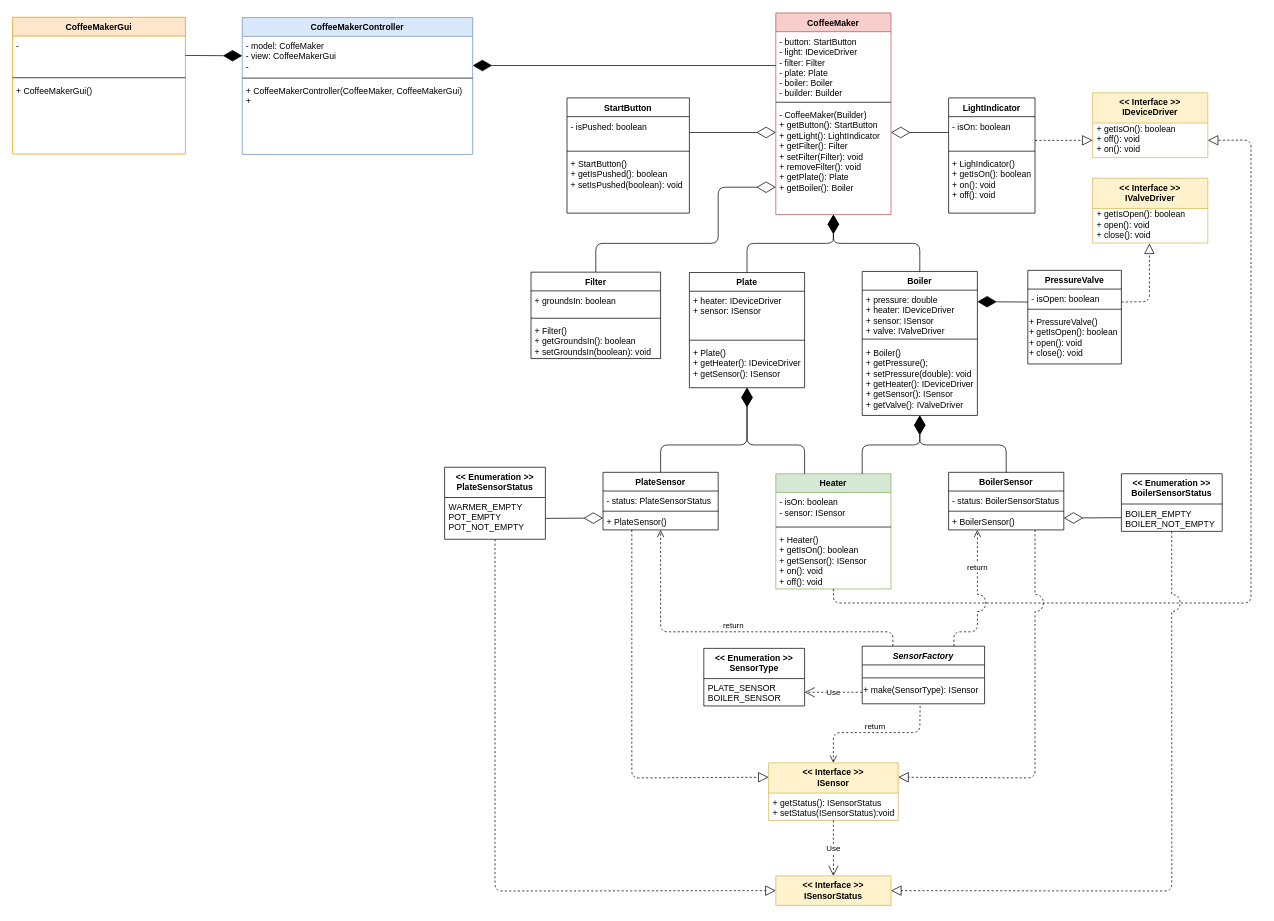
JosueRodriguezGarcia/CoffeeMaker-Group2 keeps this draw.io diagram as resources/CoffeeMakerUML.drawio. Above is the earlier version. Source tidied: cells renumbered, new cells numbered last; positions are measured from the earlier drawing's top-left corner, leaving out a move shared by most shapes. Both pictures are drawn from the tidied source at 72%, with x=0, y=0 at pixel (12, 12).
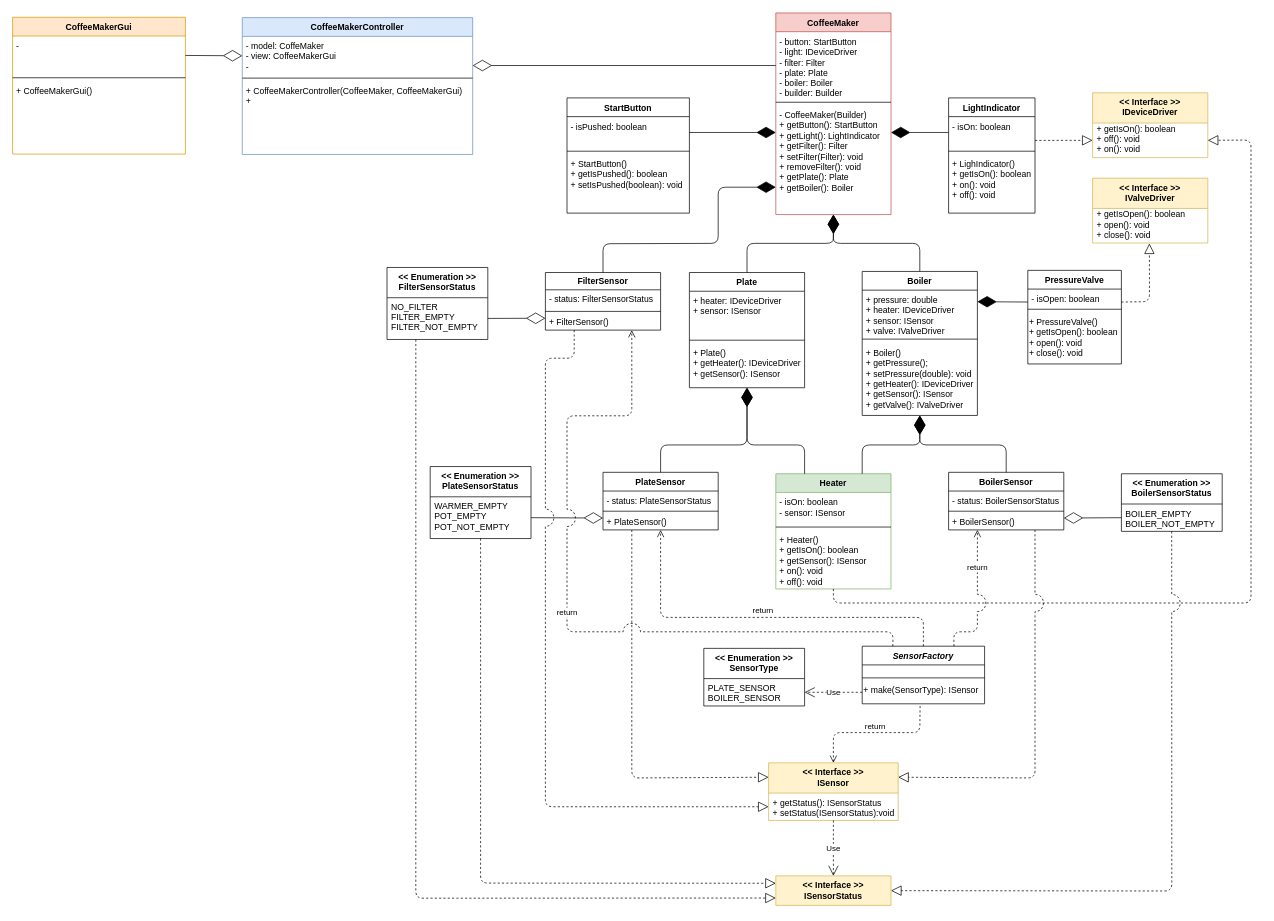
The same page after the edit.

Commit message (it also covers changes not shown here):
UML diagram updated.

The change refers to these unchanged cells:
```xml
<mxCell id="5" value="&amp;nbsp;+ PlateSensor()" style="text;html=1;strokeColor=none;fillColor=none;align=left;verticalAlign=middle;whiteSpace=wrap;rounded=0;" parent="2" vertex="1">
  <mxGeometry y="58" width="160" height="22" as="geometry" />
</mxCell>
<mxCell id="7" value="&lt;div&gt;&lt;span&gt;&amp;nbsp;- isOn: boolean&lt;/span&gt;&lt;br&gt;&lt;/div&gt;" style="text;html=1;strokeColor=none;fillColor=none;align=left;verticalAlign=top;whiteSpace=wrap;rounded=0;" parent="6" vertex="1">
  <mxGeometry y="26" width="120" height="44" as="geometry" />
</mxCell>
<mxCell id="11" value="&lt;div&gt;&lt;span&gt;&amp;nbsp;- isPushed: boolean&lt;/span&gt;&lt;br&gt;&lt;/div&gt;" style="text;html=1;strokeColor=none;fillColor=none;align=left;verticalAlign=top;whiteSpace=wrap;rounded=0;" parent="10" vertex="1">
  <mxGeometry y="26" width="170" height="44" as="geometry" />
</mxCell>
<mxCell id="27" value="&lt;div&gt;&lt;span&gt;&amp;nbsp;- button: StartButton&lt;/span&gt;&lt;br&gt;&lt;/div&gt;&lt;div&gt;&amp;nbsp;- light: IDeviceDriver&lt;/div&gt;&lt;div&gt;&amp;nbsp;- filter: Filter&lt;/div&gt;&lt;div&gt;&amp;nbsp;- plate: Plate&lt;/div&gt;&lt;div&gt;&amp;nbsp;- boiler: Boiler&lt;br&gt;&lt;/div&gt;&lt;div&gt;&amp;nbsp;- builder: Builder&lt;/div&gt;" style="text;html=1;strokeColor=none;fillColor=none;align=left;verticalAlign=top;whiteSpace=wrap;rounded=0;" parent="26" vertex="1">
  <mxGeometry y="26" width="160" height="94" as="geometry" />
</mxCell>
<mxCell id="29" value="&lt;div&gt;&amp;nbsp;- CoffeeMaker(Builder)&lt;/div&gt;&lt;div&gt;&amp;nbsp;+ getButton(): StartButton&lt;/div&gt;&lt;div&gt;&amp;nbsp;+ getLight(): LightIndicator&lt;/div&gt;&lt;div&gt;&amp;nbsp;+ getFilter(): Filter&lt;/div&gt;&lt;div&gt;&amp;nbsp;+ setFilter(Filter): void&lt;/div&gt;&lt;div&gt;&amp;nbsp;+ removeFilter(): void&lt;/div&gt;&lt;div&gt;&amp;nbsp;+ getPlate(): Plate&lt;/div&gt;&lt;div&gt;&amp;nbsp;+ getBoiler(): Boiler&lt;/div&gt;" style="text;html=1;strokeColor=none;fillColor=none;align=left;verticalAlign=top;whiteSpace=wrap;rounded=0;" parent="26" vertex="1">
  <mxGeometry y="128" width="160" height="152" as="geometry" />
</mxCell>
<mxCell id="55" value="&lt;div&gt;&lt;span&gt;&amp;nbsp;- model: CoffeMaker&lt;/span&gt;&lt;br&gt;&lt;/div&gt;&lt;div&gt;&lt;span&gt;&amp;nbsp;- view: CoffeeMakerGui&lt;/span&gt;&lt;/div&gt;&lt;div&gt;&lt;span&gt;&amp;nbsp;-&amp;nbsp;&lt;/span&gt;&lt;/div&gt;" style="text;html=1;strokeColor=none;fillColor=none;align=left;verticalAlign=top;whiteSpace=wrap;rounded=0;" parent="54" vertex="1">
  <mxGeometry y="26" width="320" height="54" as="geometry" />
</mxCell>
<mxCell id="59" value="&lt;div&gt;&lt;span&gt;&amp;nbsp;-&amp;nbsp;&lt;/span&gt;&lt;br&gt;&lt;/div&gt;" style="text;html=1;strokeColor=none;fillColor=none;align=left;verticalAlign=top;whiteSpace=wrap;rounded=0;" parent="58" vertex="1">
  <mxGeometry y="26" width="240" height="54" as="geometry" />
</mxCell>
<mxCell id="70" value="+ getStatus(): ISensorStatus&#10;+ setStatus(ISensorStatus):void&#10;" style="text;strokeColor=none;fillColor=none;align=left;verticalAlign=top;spacingLeft=4;spacingRight=4;overflow=hidden;points=[[0,0.5],[1,0.5]];portConstraint=eastwest;" parent="69" vertex="1">
  <mxGeometry y="42" width="180" height="38" as="geometry" />
</mxCell>
<mxCell id="73" value="SensorFactory&#10;" style="swimlane;fontStyle=3;align=center;verticalAlign=top;horizontal=1;startSize=26;" parent="1" vertex="1">
  <mxGeometry x="1180" y="880" width="170" height="80" as="geometry" />
</mxCell>
<mxCell id="83" value="&lt;&lt; Interface &gt;&gt;&#10;ISensorStatus&#10;" style="swimlane;fontStyle=1;horizontal=1;startSize=42;fillColor=#fff2cc;verticalAlign=top;strokeColor=#d6b656;" parent="1" vertex="1">
  <mxGeometry x="1060" y="1199" width="160" height="41" as="geometry" />
</mxCell>
```

The edit, as a diff of the source:
```diff
@@
-    <mxCell id="42" style="endArrow=diamondThin;endFill=0;endSize=24;html=1;entryX=0;entryY=0.25;entryDx=0;entryDy=0;exitX=1;exitY=0.5;exitDx=0;exitDy=0;" parent="1" edge="1" source="11" target="29">
+    <mxCell id="42" style="endArrow=diamondThin;endFill=1;endSize=24;html=1;entryX=0;entryY=0.25;entryDx=0;entryDy=0;exitX=1;exitY=0.5;exitDx=0;exitDy=0;" parent="1" edge="1" source="11" target="29">
       <mxGeometry relative="1" as="geometry" />
     </mxCell>
-    <mxCell id="43" style="endArrow=diamondThin;endFill=0;endSize=24;html=1;entryX=1;entryY=0.25;entryDx=0;entryDy=0;startArrow=none;startFill=0;exitX=0;exitY=0.5;exitDx=0;exitDy=0;" parent="1" edge="1" source="7" target="29">
+    <mxCell id="43" style="endArrow=diamondThin;endFill=1;endSize=24;html=1;entryX=1;entryY=0.25;entryDx=0;entryDy=0;startArrow=none;startFill=0;exitX=0;exitY=0.5;exitDx=0;exitDy=0;" parent="1" edge="1" source="7" target="29">
       <mxGeometry relative="1" as="geometry" />
     </mxCell>
@@
-    <mxCell id="62" value="Filter" style="swimlane;fontStyle=1;align=center;verticalAlign=middle;horizontal=1;startSize=26;" parent="1" vertex="1">
-      <mxGeometry x="720" y="360.5" width="180" height="120" as="geometry" />
+    <mxCell id="62" value="FilterSensor" style="swimlane;fontStyle=1;align=center;verticalAlign=middle;horizontal=1;startSize=24;" parent="1" vertex="1">
+      <mxGeometry x="740" y="361" width="160" height="80" as="geometry" />
     </mxCell>
-    <mxCell id="63" value="&lt;div&gt;&amp;nbsp;+ groundsIn: boolean&lt;/div&gt;" style="text;html=1;strokeColor=none;fillColor=none;align=left;verticalAlign=top;whiteSpace=wrap;rounded=0;" parent="62" vertex="1">
-      <mxGeometry y="26" width="180" height="34" as="geometry" />
+    <mxCell id="63" value="&lt;div&gt;&amp;nbsp;- status: FilterSensorStatus&lt;/div&gt;" style="text;html=1;strokeColor=none;fillColor=none;align=left;verticalAlign=top;whiteSpace=wrap;rounded=0;" parent="62" vertex="1">
+      <mxGeometry y="24" width="160" height="26" as="geometry" />
     </mxCell>
     <mxCell id="64" style="line;strokeWidth=1;fillColor=none;align=left;verticalAlign=middle;spacingTop=-1;spacingLeft=3;spacingRight=3;labelPosition=right;" parent="62" vertex="1">
-      <mxGeometry y="60" width="180" height="8" as="geometry" />
+      <mxGeometry y="50" width="160" height="8" as="geometry" />
     </mxCell>
-    <mxCell id="65" value="&lt;div&gt;&amp;nbsp;+ Filter()&lt;/div&gt;&lt;div&gt;&amp;nbsp;+ getGroundsIn(): boolean&lt;/div&gt;&lt;div&gt;&amp;nbsp;+ setGroundsIn(boolean): void&lt;br&gt;&lt;/div&gt;" style="text;html=1;strokeColor=none;fillColor=none;align=left;verticalAlign=top;whiteSpace=wrap;rounded=0;" parent="62" vertex="1">
-      <mxGeometry y="68" width="180" height="52" as="geometry" />
+    <mxCell id="65" value="&lt;div&gt;&amp;nbsp;+ FilterSensor()&lt;/div&gt;" style="text;html=1;strokeColor=none;fillColor=none;align=left;verticalAlign=middle;whiteSpace=wrap;rounded=0;" parent="62" vertex="1">
+      <mxGeometry y="58" width="160" height="22" as="geometry" />
     </mxCell>
-    <mxCell id="66" style="endArrow=diamondThin;endFill=0;endSize=24;html=1;entryX=0;entryY=0.75;entryDx=0;entryDy=0;exitX=0.5;exitY=0;exitDx=0;exitDy=0;" parent="1" edge="1" source="62" target="29">
+    <mxCell id="66" style="endArrow=diamondThin;endFill=1;endSize=24;html=1;entryX=0;entryY=0.75;entryDx=0;entryDy=0;exitX=0.5;exitY=0;exitDx=0;exitDy=0;" parent="1" edge="1" source="62" target="29">
       <mxGeometry relative="1" as="geometry">
         <Array as="points">
-          <mxPoint x="810" y="320.5" />
+          <mxPoint x="820" y="321" />
           <mxPoint x="980" y="320.5" />
           <mxPoint x="980" y="242.5" />
         </Array>
       </mxGeometry>
     </mxCell>
-    <mxCell id="67" style="endArrow=none;endFill=0;endSize=24;html=1;entryX=1;entryY=0.5;entryDx=0;entryDy=0;exitX=0;exitY=0.5;exitDx=0;exitDy=0;startArrow=diamondThin;startFill=1;startSize=24;" parent="1" edge="1" source="55" target="59">
+    <mxCell id="67" style="endArrow=none;endFill=0;endSize=24;html=1;entryX=1;entryY=0.5;entryDx=0;entryDy=0;exitX=0;exitY=0.5;exitDx=0;exitDy=0;startArrow=diamondThin;startFill=0;startSize=24;" parent="1" edge="1" source="55" target="59">
       <mxGeometry relative="1" as="geometry" />
     </mxCell>
-    <mxCell id="68" style="endArrow=none;endFill=0;endSize=24;html=1;exitX=1;exitY=0.75;exitDx=0;exitDy=0;entryX=0;entryY=0.5;entryDx=0;entryDy=0;startArrow=diamondThin;startFill=1;startSize=24;" parent="1" edge="1" source="55" target="27">
+    <mxCell id="68" style="endArrow=none;endFill=0;endSize=24;html=1;exitX=1;exitY=0.75;exitDx=0;exitDy=0;entryX=0;entryY=0.5;entryDx=0;entryDy=0;startArrow=diamondThin;startFill=0;startSize=24;" parent="1" edge="1" source="55" target="27">
       <mxGeometry relative="1" as="geometry" />
     </mxCell>
@@
-    <mxCell id="80" value="return" style="html=1;verticalAlign=bottom;endArrow=open;dashed=1;endSize=8;exitX=0.25;exitY=0;exitDx=0;exitDy=0;entryX=0.5;entryY=1;entryDx=0;entryDy=0;" parent="1" edge="1" source="73" target="5">
+    <mxCell id="80" value="return" style="html=1;verticalAlign=bottom;endArrow=open;dashed=1;endSize=8;exitX=0.5;exitY=0;exitDx=0;exitDy=0;entryX=0.5;entryY=1;entryDx=0;entryDy=0;" parent="1" edge="1" source="73" target="5">
       <mxGeometry relative="1" as="geometry">
         <Array as="points">
-          <mxPoint x="1223" y="860" />
-          <mxPoint x="900" y="860" />
+          <mxPoint x="1265" y="840" />
+          <mxPoint x="900" y="840" />
         </Array>
       </mxGeometry>
     </mxCell>
@@
     <mxCell id="85" value="&lt;&lt; Enumeration &gt;&gt;&#10;PlateSensorStatus&#10;" style="swimlane;fontStyle=1;horizontal=1;startSize=42;verticalAlign=top;" parent="1" vertex="1">
-      <mxGeometry x="600" y="631.5" width="140" height="100" as="geometry" />
+      <mxGeometry x="580" y="630.5" width="140" height="100" as="geometry" />
     </mxCell>
@@
-    <mxCell id="91" style="endArrow=block;dashed=1;endFill=0;endSize=12;html=1;entryX=0;entryY=0.5;entryDx=0;entryDy=0;exitX=0.5;exitY=1;exitDx=0;exitDy=0;" parent="1" edge="1" source="85" target="83">
+    <mxCell id="91" style="endArrow=block;dashed=1;endFill=0;endSize=12;html=1;entryX=0;entryY=0.25;entryDx=0;entryDy=0;exitX=0.5;exitY=1;exitDx=0;exitDy=0;" parent="1" edge="1" source="85" target="83">
       <mxGeometry relative="1" as="geometry">
         <Array as="points">
-          <mxPoint x="670" y="1220" />
+          <mxPoint x="650" y="1209" />
         </Array>
       </mxGeometry>
     </mxCell>
@@
+    <mxCell id="93" value="&lt;&lt; Enumeration &gt;&gt;&#10;FilterSensorStatus&#10;" style="swimlane;fontStyle=1;horizontal=1;startSize=42;verticalAlign=top;" parent="1" vertex="1">
+      <mxGeometry x="520" y="354" width="140" height="100" as="geometry" />
+    </mxCell>
+    <mxCell id="94" value="NO_FILTER&#10;FILTER_EMPTY&#10;FILTER_NOT_EMPTY&#10;" style="text;strokeColor=none;fillColor=none;align=left;verticalAlign=top;spacingLeft=4;spacingRight=4;overflow=hidden;points=[[0,0.5],[1,0.5]];portConstraint=eastwest;" parent="93" vertex="1">
+      <mxGeometry y="42" width="140" height="58" as="geometry" />
+    </mxCell>
+    <mxCell id="95" style="endArrow=diamondThin;endFill=0;endSize=24;html=1;entryX=0;entryY=0.25;entryDx=0;entryDy=0;" parent="1" edge="1" source="94" target="65">
+      <mxGeometry relative="1" as="geometry" />
+    </mxCell>
+    <mxCell id="96" style="endArrow=block;dashed=1;endFill=0;endSize=12;html=1;exitX=0.286;exitY=1.003;exitDx=0;exitDy=0;exitPerimeter=0;entryX=0;entryY=0.75;entryDx=0;entryDy=0;" parent="1" edge="1" source="94" target="83">
+      <mxGeometry relative="1" as="geometry">
+        <Array as="points">
+          <mxPoint x="560" y="1230" />
+        </Array>
+      </mxGeometry>
+    </mxCell>
+    <mxCell id="97" value="return" style="html=1;verticalAlign=bottom;endArrow=open;dashed=1;endSize=8;exitX=0.25;exitY=0;exitDx=0;exitDy=0;entryX=0.75;entryY=1;entryDx=0;entryDy=0;jumpStyle=arc;jumpSize=24;" parent="1" edge="1" source="73" target="65">
+      <mxGeometry relative="1" as="geometry">
+        <Array as="points">
+          <mxPoint x="1223" y="860" />
+          <mxPoint x="770" y="860" />
+          <mxPoint x="770" y="560" />
+          <mxPoint x="860" y="560" />
+        </Array>
+      </mxGeometry>
+    </mxCell>
+    <mxCell id="98" style="endArrow=block;dashed=1;endFill=0;endSize=12;html=1;exitX=0.25;exitY=1;exitDx=0;exitDy=0;entryX=0;entryY=0.5;entryDx=0;entryDy=0;jumpStyle=arc;jumpSize=24;" parent="1" edge="1" source="65" target="70">
+      <mxGeometry relative="1" as="geometry">
+        <Array as="points">
+          <mxPoint x="780" y="480" />
+          <mxPoint x="740" y="480" />
+          <mxPoint x="740" y="1103" />
+        </Array>
+      </mxGeometry>
+    </mxCell>
```
